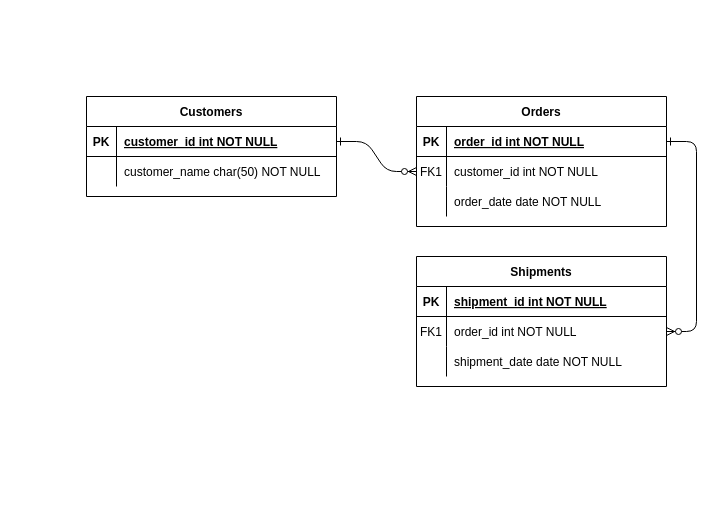
The draw.io diagram Untitled Diagram.drawio in curtiskelowna/hello-world, before the edit. Source tidied: cells renumbered, new cells numbered last; positions are measured from the earlier drawing's top-left corner, leaving out a move shared by most shapes. Both pictures are drawn from the tidied source at 100%, with x=0, y=0 at pixel (86, 96).
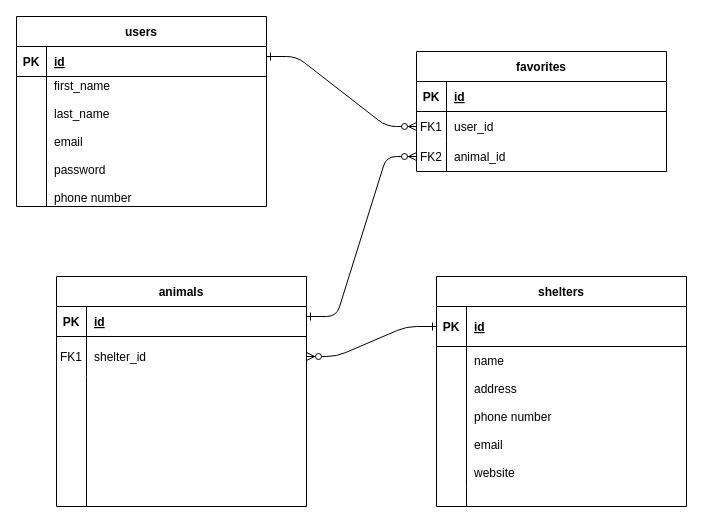
The same diagram, later.

The change refers to these unchanged cells:
```xml
<mxCell id="5" style="shape=partialRectangle;fillColor=none;points=[[0,0.5],[1,0.5]];portConstraint=eastwest;top=0;left=0;right=0;bottom=1;" parent="4" vertex="1">
  <mxGeometry y="30" width="250" height="30" as="geometry" />
</mxCell>
<mxCell id="8" style="shape=partialRectangle;fillColor=none;points=[[0,0.5],[1,0.5]];portConstraint=eastwest;top=0;left=0;right=0;bottom=0;" parent="4" vertex="1">
  <mxGeometry y="60" width="250" height="30" as="geometry" />
</mxCell>
<mxCell id="11" style="shape=partialRectangle;fillColor=none;points=[[0,0.5],[1,0.5]];portConstraint=eastwest;top=0;left=0;right=0;bottom=0;" parent="4" vertex="1">
  <mxGeometry y="90" width="250" height="30" as="geometry" />
</mxCell>
<mxCell id="15" style="shape=partialRectangle;fillColor=none;top=0;left=0;right=0;bottom=1;" parent="14" vertex="1">
  <mxGeometry y="30" width="250" height="30" as="geometry" />
</mxCell>
<mxCell id="25" style="shape=partialRectangle;fillColor=none;points=[[0,0.5],[1,0.5]];portConstraint=eastwest;top=0;left=0;right=0;bottom=1;" parent="24" vertex="1">
  <mxGeometry y="30" width="250" height="30" as="geometry" />
</mxCell>
```

Change to the diagram source:
```diff
@@
-    <mxCell id="2" style="edgeStyle=entityRelationEdgeStyle;endArrow=ERzeroToMany;startArrow=ERone;endFill=1;startFill=0;" parent="1" edge="1" source="25" target="8">
-      <mxGeometry relative="1" as="geometry" />
+    <mxCell id="2" style="edgeStyle=entityRelationEdgeStyle;endArrow=ERzeroToMany;startArrow=ERone;endFill=1;startFill=0;entryX=0;entryY=0.5;entryDx=0;entryDy=0;" parent="1" edge="1" target="8">
+      <mxGeometry relative="1" as="geometry">
+        <mxPoint x="180" y="-40" as="sourcePoint" />
+        <Array as="points">
+          <mxPoint x="330" y="30" />
+        </Array>
+      </mxGeometry>
     </mxCell>
-    <mxCell id="3" style="edgeStyle=entityRelationEdgeStyle;endArrow=ERzeroToMany;startArrow=ERone;endFill=1;startFill=0;" parent="1" edge="1" source="5" target="18">
-      <mxGeometry relative="1" as="geometry" />
+    <mxCell id="3" style="edgeStyle=entityRelationEdgeStyle;endArrow=ERzeroToMany;startArrow=ERone;endFill=1;startFill=0;entryX=1;entryY=0.5;entryDx=0;entryDy=0;" parent="1" edge="1" source="32" target="18">
+      <mxGeometry relative="1" as="geometry">
+        <Array as="points">
+          <mxPoint x="240" y="470" />
+        </Array>
+      </mxGeometry>
     </mxCell>
-    <mxCell id="4" value="Orders" style="shape=table;startSize=30;childLayout=tableLayout;rowLines=0;fontStyle=1;align=center;" parent="1" vertex="1">
-      <mxGeometry x="330" width="250" height="130" as="geometry" />
+    <mxCell id="4" value="favorites" style="shape=table;startSize=30;childLayout=tableLayout;rowLines=0;fontStyle=1;align=center;" parent="1" vertex="1">
+      <mxGeometry x="330" y="-45" width="250" height="120" as="geometry" />
     </mxCell>
@@
-    <mxCell id="7" value="order_id int NOT NULL " style="shape=partialRectangle;overflow=hidden;fillColor=none;top=0;left=0;bottom=0;right=0;align=left;spacingLeft=6;fontStyle=5;" parent="5" vertex="1">
+    <mxCell id="7" value="id" style="shape=partialRectangle;overflow=hidden;fillColor=none;top=0;left=0;bottom=0;right=0;align=left;spacingLeft=6;fontStyle=5;" parent="5" vertex="1">
       <mxGeometry x="30" width="220" height="30" as="geometry" />
     </mxCell>
@@
-    <mxCell id="10" value="customer_id int NOT NULL" style="shape=partialRectangle;overflow=hidden;fillColor=none;top=0;left=0;bottom=0;right=0;align=left;spacingLeft=6;" parent="8" vertex="1">
+    <mxCell id="10" value="user_id" style="shape=partialRectangle;overflow=hidden;fillColor=none;top=0;left=0;bottom=0;right=0;align=left;spacingLeft=6;" parent="8" vertex="1">
       <mxGeometry x="30" width="220" height="30" as="geometry" />
     </mxCell>
@@
-    <mxCell id="12" style="shape=partialRectangle;overflow=hidden;fillColor=none;top=0;left=0;bottom=0;right=0;" parent="11" vertex="1">
+    <mxCell id="12" value="FK2" style="shape=partialRectangle;overflow=hidden;fillColor=none;top=0;left=0;bottom=0;right=0;" parent="11" vertex="1">
       <mxGeometry width="30" height="30" as="geometry" />
     </mxCell>
-    <mxCell id="13" value="order_date date NOT NULL" style="shape=partialRectangle;overflow=hidden;fillColor=none;top=0;left=0;bottom=0;right=0;align=left;spacingLeft=6;" parent="11" vertex="1">
+    <mxCell id="13" value="animal_id" style="shape=partialRectangle;overflow=hidden;fillColor=none;top=0;left=0;bottom=0;right=0;align=left;spacingLeft=6;" parent="11" vertex="1">
       <mxGeometry x="30" width="220" height="30" as="geometry" />
     </mxCell>
-    <mxCell id="14" value="Shipments" style="shape=table;startSize=30;childLayout=tableLayout;rowLines=0;fontStyle=1;align=center;" parent="1" vertex="1">
-      <mxGeometry x="330" y="160" width="250" height="130" as="geometry" />
+    <mxCell id="14" value="animals" style="shape=table;startSize=30;childLayout=tableLayout;rowLines=0;fontStyle=1;align=center;" parent="1" vertex="1">
+      <mxGeometry x="-30" y="180" width="250" height="230" as="geometry" />
     </mxCell>
@@
-    <mxCell id="17" value="shipment_id int NOT NULL " style="shape=partialRectangle;overflow=hidden;fillColor=none;top=0;left=0;bottom=0;right=0;align=left;spacingLeft=6;fontStyle=5;" parent="15" vertex="1">
+    <mxCell id="17" value="id" style="shape=partialRectangle;overflow=hidden;fillColor=none;top=0;left=0;bottom=0;right=0;align=left;spacingLeft=6;fontStyle=5;" parent="15" vertex="1">
       <mxGeometry x="30" width="220" height="30" as="geometry" />
     </mxCell>
     <mxCell id="18" style="shape=partialRectangle;fillColor=none;points=[[0,0.5],[1,0.5]];portConstraint=eastwest;top=0;left=0;right=0;bottom=0;" parent="14" vertex="1">
-      <mxGeometry y="60" width="250" height="30" as="geometry" />
+      <mxGeometry y="60" width="250" height="40" as="geometry" />
     </mxCell>
     <mxCell id="19" value="FK1" style="shape=partialRectangle;overflow=hidden;fillColor=none;top=0;left=0;bottom=0;right=0;" parent="18" vertex="1">
-      <mxGeometry width="30" height="30" as="geometry" />
+      <mxGeometry width="30" height="40" as="geometry" />
     </mxCell>
-    <mxCell id="20" value="order_id int NOT NULL" style="shape=partialRectangle;overflow=hidden;fillColor=none;top=0;left=0;bottom=0;right=0;align=left;spacingLeft=6;" parent="18" vertex="1">
-      <mxGeometry x="30" width="220" height="30" as="geometry" />
+    <mxCell id="20" value="shelter_id" style="shape=partialRectangle;overflow=hidden;fillColor=none;top=0;left=0;bottom=0;right=0;align=left;spacingLeft=6;" parent="18" vertex="1">
+      <mxGeometry x="30" width="220" height="40" as="geometry" />
     </mxCell>
     <mxCell id="21" style="shape=partialRectangle;fillColor=none;top=0;left=0;right=0;bottom=0;" parent="14" vertex="1">
-      <mxGeometry y="90" width="250" height="30" as="geometry" />
+      <mxGeometry y="100" width="250" height="130" as="geometry" />
     </mxCell>
     <mxCell id="22" style="shape=partialRectangle;overflow=hidden;fillColor=none;top=0;left=0;bottom=0;right=0;" parent="21" vertex="1">
-      <mxGeometry width="30" height="30" as="geometry" />
+      <mxGeometry width="30" height="130" as="geometry" />
     </mxCell>
-    <mxCell id="23" value="shipment_date date NOT NULL" style="shape=partialRectangle;overflow=hidden;fillColor=none;top=0;left=0;bottom=0;right=0;align=left;spacingLeft=6;" parent="21" vertex="1">
-      <mxGeometry x="30" width="220" height="30" as="geometry" />
+    <mxCell id="23" style="shape=partialRectangle;overflow=hidden;fillColor=none;top=0;left=0;bottom=0;right=0;align=left;spacingLeft=6;" parent="21" vertex="1">
+      <mxGeometry x="30" width="220" height="130" as="geometry" />
     </mxCell>
-    <mxCell id="24" value="Customers" style="shape=table;startSize=30;childLayout=tableLayout;rowLines=0;fontStyle=1;align=center;" parent="1" vertex="1">
-      <mxGeometry width="250" height="100" as="geometry" />
+    <mxCell id="24" value="users" style="shape=table;startSize=30;childLayout=tableLayout;rowLines=0;fontStyle=1;align=center;" parent="1" vertex="1">
+      <mxGeometry x="-70" y="-80" width="250" height="190" as="geometry" />
     </mxCell>
@@
-    <mxCell id="27" value="customer_id int NOT NULL " style="shape=partialRectangle;overflow=hidden;fillColor=none;top=0;left=0;bottom=0;right=0;align=left;spacingLeft=6;fontStyle=5;" parent="25" vertex="1">
+    <mxCell id="27" value="id" style="shape=partialRectangle;overflow=hidden;fillColor=none;top=0;left=0;bottom=0;right=0;align=left;spacingLeft=6;fontStyle=5;" parent="25" vertex="1">
       <mxGeometry x="30" width="220" height="30" as="geometry" />
     </mxCell>
     <mxCell id="28" style="shape=partialRectangle;fillColor=none;top=0;left=0;right=0;bottom=0;" parent="24" vertex="1">
-      <mxGeometry y="60" width="250" height="30" as="geometry" />
+      <mxGeometry y="60" width="250" height="130" as="geometry" />
     </mxCell>
     <mxCell id="29" style="shape=partialRectangle;overflow=hidden;fillColor=none;top=0;left=0;bottom=0;right=0;" parent="28" vertex="1">
-      <mxGeometry width="30" height="30" as="geometry" />
+      <mxGeometry width="30" height="130" as="geometry" />
     </mxCell>
-    <mxCell id="30" value="customer_name char(50) NOT NULL" style="shape=partialRectangle;overflow=hidden;fillColor=none;top=0;left=0;bottom=0;right=0;align=left;spacingLeft=6;" parent="28" vertex="1">
-      <mxGeometry x="30" width="220" height="30" as="geometry" />
+    <mxCell id="30" value="first_name&#10;&#10;last_name&#10;&#10;email&#10;&#10;password&#10;&#10;phone number" style="shape=partialRectangle;overflow=hidden;fillColor=none;top=0;left=0;bottom=0;right=0;align=left;spacingLeft=6;" parent="28" vertex="1">
+      <mxGeometry x="30" width="220" height="130" as="geometry" />
     </mxCell>
+    <mxCell id="31" value="shelters" style="shape=table;startSize=30;childLayout=tableLayout;rowLines=0;fontStyle=1;align=center;" parent="1" vertex="1">
+      <mxGeometry x="350" y="180" width="250" height="230" as="geometry" />
+    </mxCell>
+    <mxCell id="32" style="shape=partialRectangle;fillColor=none;points=[[0,0.5],[1,0.5]];portConstraint=eastwest;top=0;left=0;right=0;bottom=1;" parent="31" vertex="1">
+      <mxGeometry y="30" width="250" height="40" as="geometry" />
+    </mxCell>
+    <mxCell id="33" value="PK" style="shape=partialRectangle;overflow=hidden;fillColor=none;top=0;left=0;bottom=0;right=0;fontStyle=1;" parent="32" vertex="1">
+      <mxGeometry width="30" height="40" as="geometry" />
+    </mxCell>
+    <mxCell id="34" value="id" style="shape=partialRectangle;overflow=hidden;fillColor=none;top=0;left=0;bottom=0;right=0;align=left;spacingLeft=6;fontStyle=5;" parent="32" vertex="1">
+      <mxGeometry x="30" width="220" height="40" as="geometry" />
+    </mxCell>
+    <mxCell id="35" style="shape=partialRectangle;fillColor=none;top=0;left=0;right=0;bottom=0;" parent="31" vertex="1">
+      <mxGeometry y="70" width="250" height="140" as="geometry" />
+    </mxCell>
+    <mxCell id="36" style="shape=partialRectangle;overflow=hidden;fillColor=none;top=0;left=0;bottom=0;right=0;" parent="35" vertex="1">
+      <mxGeometry width="30" height="140" as="geometry" />
+    </mxCell>
+    <mxCell id="37" value="name&#10;&#10;address&#10;&#10;phone number&#10;&#10;email&#10;&#10;website" style="shape=partialRectangle;overflow=hidden;fillColor=none;top=0;left=0;bottom=0;right=0;align=left;spacingLeft=6;" parent="35" vertex="1">
+      <mxGeometry x="30" width="220" height="140" as="geometry" />
+    </mxCell>
+    <mxCell id="38" style="shape=partialRectangle;fillColor=none;top=0;left=0;right=0;bottom=0;" parent="31" vertex="1">
+      <mxGeometry y="210" width="250" height="20" as="geometry" />
+    </mxCell>
+    <mxCell id="39" style="shape=partialRectangle;overflow=hidden;fillColor=none;top=0;left=0;bottom=0;right=0;" parent="38" vertex="1">
+      <mxGeometry width="30" height="20" as="geometry" />
+    </mxCell>
+    <mxCell id="40" style="shape=partialRectangle;overflow=hidden;fillColor=none;top=0;left=0;bottom=0;right=0;align=left;spacingLeft=6;" parent="38" vertex="1">
+      <mxGeometry x="30" width="220" height="20" as="geometry" />
+    </mxCell>
+    <mxCell id="41" style="edgeStyle=entityRelationEdgeStyle;endArrow=ERzeroToMany;startArrow=ERone;endFill=1;startFill=0;entryX=0;entryY=0.5;entryDx=0;entryDy=0;" parent="1" edge="1" target="11">
+      <mxGeometry relative="1" as="geometry">
+        <mxPoint x="220" y="220" as="sourcePoint" />
+        <Array as="points">
+          <mxPoint x="370" y="290" />
+          <mxPoint x="320" y="180" />
+        </Array>
+      </mxGeometry>
+    </mxCell>
```
